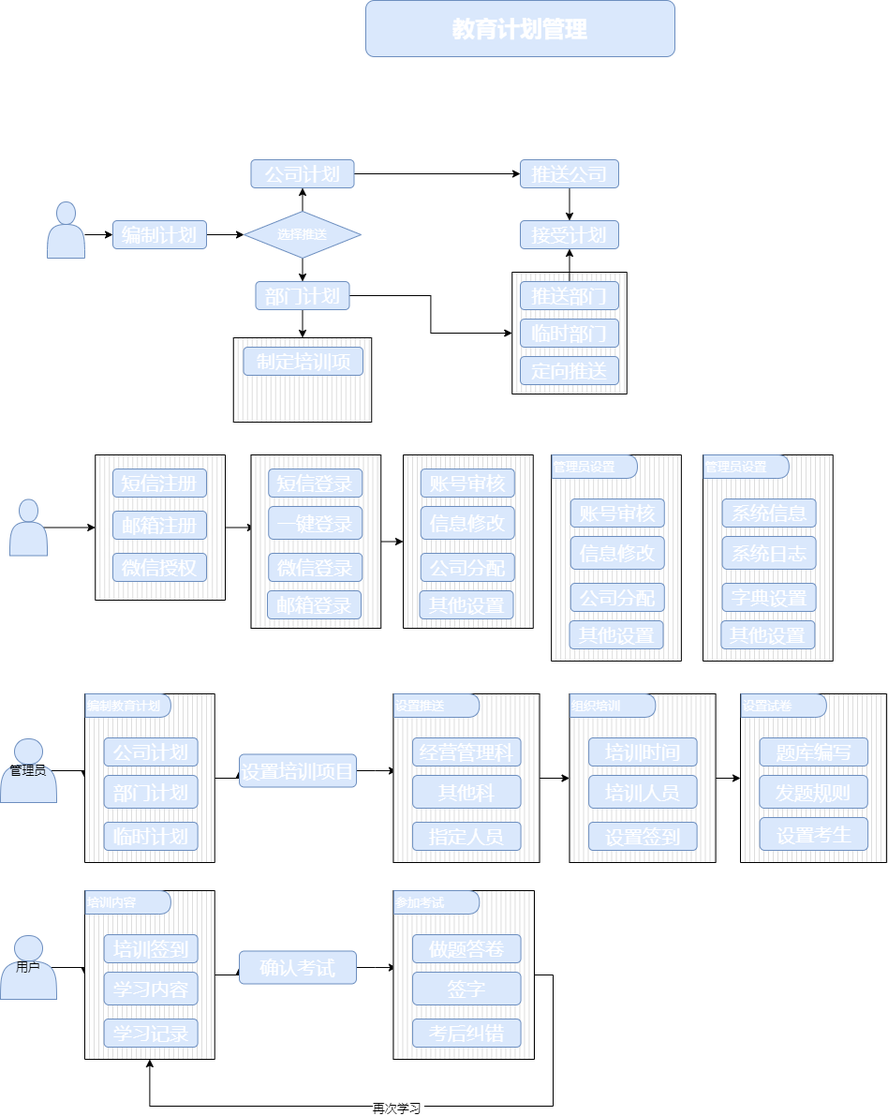
Earlier version of the draw.io export Untitled Diagram.drawio.png (lenonjone/Toolkits). Source tidied: cells renumbered, new cells last; positions are measured from the earlier drawing's top-left corner, leaving out a move shared by most shapes.
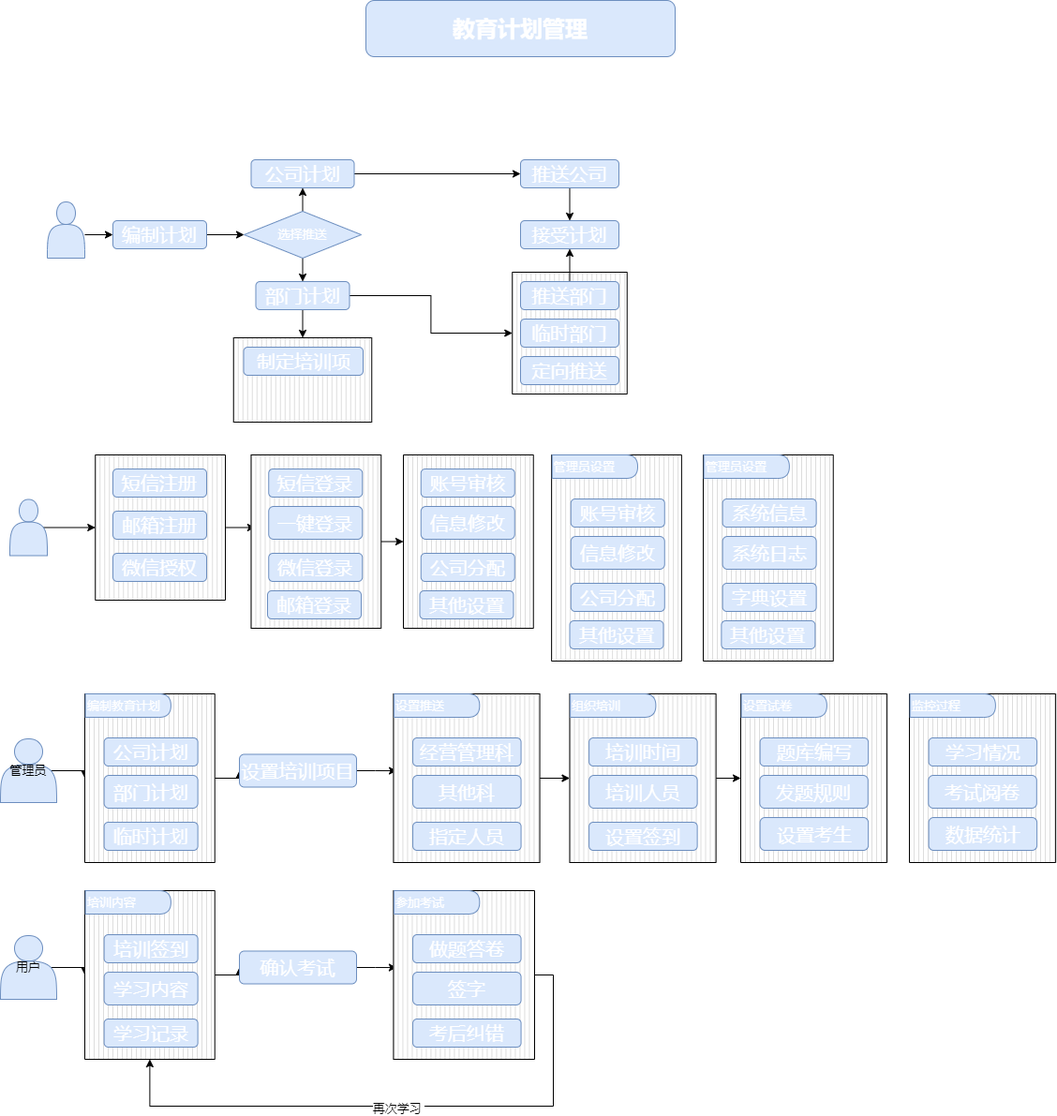
Above is the later version.

What changed in the source:
```diff
@@ -301,5 +301,20 @@
     <mxCell id="98" value="参加考试" style="shape=delay;whiteSpace=wrap;html=1;fontSize=13;align=left;fillColor=#dae8fc;strokeColor=#6c8ebf;fontColor=#FFFFFF;" parent="1" vertex="1">
       <mxGeometry x="420.1" y="950" width="91.2" height="25" as="geometry" />
     </mxCell>
+    <mxCell id="99" style="verticalLabelPosition=bottom;verticalAlign=top;html=1;shape=mxgraph.basic.patternFillRect;fillStyle=vert;step=5;fillStrokeWidth=0.2;fillStrokeColor=#dddddd;fontSize=13;fontColor=#FFFFFF;" parent="1" vertex="1">
+      <mxGeometry x="970" y="740" width="156.1" height="180" as="geometry" />
+    </mxCell>
+    <mxCell id="100" value="学习情况" style="rounded=1;whiteSpace=wrap;html=1;fillColor=#dae8fc;strokeColor=#6c8ebf;fontColor=#FFFFFF;fontStyle=0;fontSize=20;" parent="1" vertex="1">
+      <mxGeometry x="990.6" y="787" width="115.5" height="30" as="geometry" />
+    </mxCell>
+    <mxCell id="101" value="考试阅卷" style="rounded=1;whiteSpace=wrap;html=1;fillColor=#dae8fc;strokeColor=#6c8ebf;fontColor=#FFFFFF;fontStyle=0;fontSize=20;" parent="1" vertex="1">
+      <mxGeometry x="990.3" y="827" width="115.5" height="35" as="geometry" />
+    </mxCell>
+    <mxCell id="102" value="监控过程" style="shape=delay;whiteSpace=wrap;html=1;fontSize=13;align=left;fillColor=#dae8fc;strokeColor=#6c8ebf;fontColor=#FFFFFF;" parent="1" vertex="1">
+      <mxGeometry x="970.6" y="740" width="91.2" height="25" as="geometry" />
+    </mxCell>
+    <mxCell id="103" value="数据统计" style="rounded=1;whiteSpace=wrap;html=1;fillColor=#dae8fc;strokeColor=#6c8ebf;fontColor=#FFFFFF;fontStyle=0;fontSize=20;" parent="1" vertex="1">
+      <mxGeometry x="990.6" y="872" width="115.5" height="35" as="geometry" />
+    </mxCell>
   </root>
 </mxGraphModel>
```
